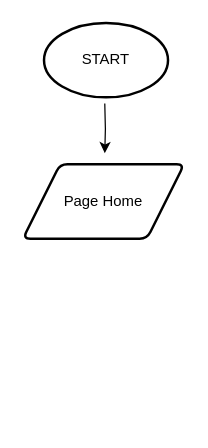
The draw.io diagram Syntax-Web.drawio in dapzz-id/DrawIO, before the edit. Source tidied: cells renumbered, new cells numbered last; positions are measured from the earlier drawing's top-left corner, leaving out a move shared by most shapes. Both pictures are drawn from the tidied source at 124%, with x=0, y=0 at pixel (22, 22).
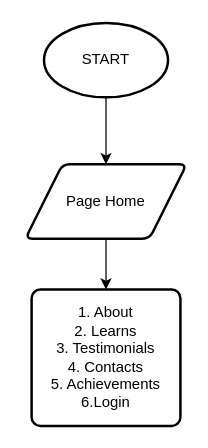
Above is the later version.

Change to the diagram source:
```diff
@@
 <mxGraphModel>
   <root>
     <mxCell id="0" />
     <mxCell id="1" parent="0" />
-    <mxCell id="2" style="edgeStyle=orthogonalEdgeStyle;rounded=0;orthogonalLoop=1;jettySize=auto;html=1;" parent="1" edge="1">
-      <mxGeometry relative="1" as="geometry">
-        <mxPoint x="66" y="65" as="sourcePoint" />
-        <mxPoint x="66" y="105" as="targetPoint" />
-      </mxGeometry>
-    </mxCell>
+    <mxCell id="5" style="edgeStyle=orthogonalEdgeStyle;rounded=0;jettySize=auto;html=1;" parent="1" edge="1" source="3" target="4">
+      <mxGeometry relative="1" as="geometry" />
+    </mxCell>
     <mxCell id="3" value="START" style="strokeWidth=2;html=1;shape=mxgraph.flowchart.start_1;whiteSpace=wrap;" parent="1" vertex="1">
       <mxGeometry x="17" width="100" height="60" as="geometry" />
     </mxCell>
+    <mxCell id="6" style="edgeStyle=orthogonalEdgeStyle;rounded=0;jettySize=auto;html=1;" parent="1" edge="1" source="4" target="7">
+      <mxGeometry relative="1" as="geometry" />
+    </mxCell>
     <mxCell id="4" value="Page Home" style="shape=parallelogram;html=1;strokeWidth=2;perimeter=parallelogramPerimeter;whiteSpace=wrap;rounded=1;arcSize=12;size=0.23;" parent="1" vertex="1">
-      <mxGeometry y="114" width="130" height="60" as="geometry" />
+      <mxGeometry x="2" y="114" width="130" height="60" as="geometry" />
     </mxCell>
+    <mxCell id="7" value="1. About&lt;div&gt;2. Learns&lt;/div&gt;&lt;div&gt;3. Testimonials&lt;/div&gt;&lt;div&gt;4. Contacts&lt;/div&gt;&lt;div&gt;5. Achievements&lt;/div&gt;&lt;div&gt;6.Login&lt;/div&gt;" style="rounded=1;whiteSpace=wrap;html=1;absoluteArcSize=1;arcSize=14;strokeWidth=2;" parent="1" vertex="1">
+      <mxGeometry x="7" y="215" width="120" height="110" as="geometry" />
+    </mxCell>
   </root>
 </mxGraphModel>
```
